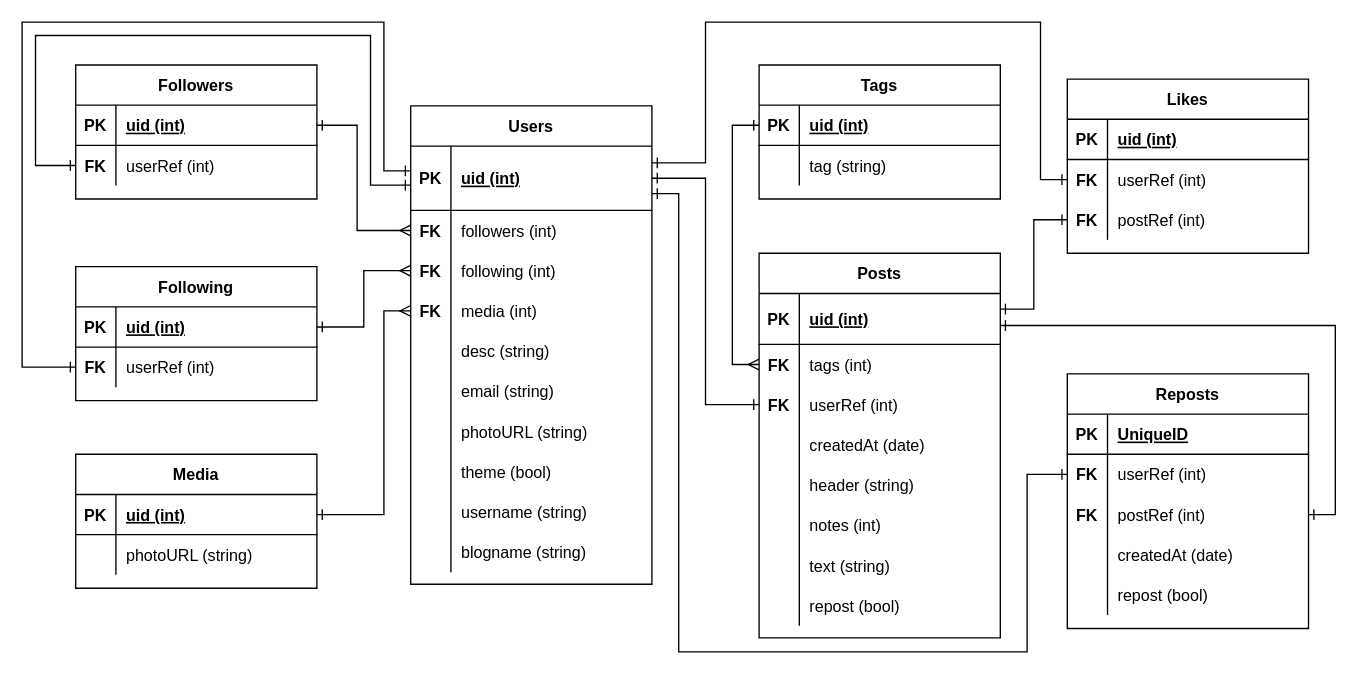
Before: relational diagram.drawio in h3rthrt/stars-microblog, a draw.io diagram. Source tidied: cells renumbered, new cells numbered last; positions are measured from the earlier drawing's top-left corner, leaving out a move shared by most shapes. Both pictures are drawn from the tidied source at 134%, with x=0, y=0 at pixel (21, 21).
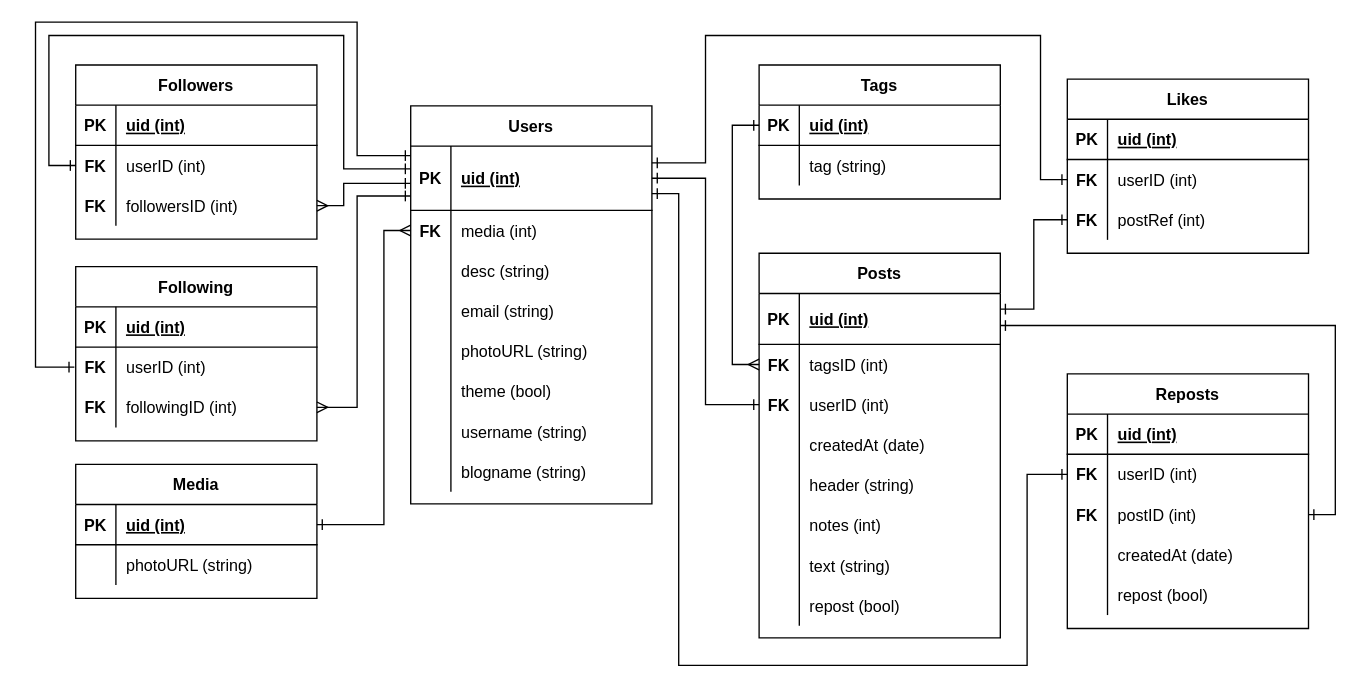
The same page after the edit.

Unchanged cells that the change refers to:
```xml
<mxCell id="3" style="shape=partialRectangle;fillColor=none;top=0;left=0;bottom=1;right=0;points=[[0,0.5],[1,0.5]];portConstraint=eastwest;" parent="2" vertex="1">
  <mxGeometry y="30" width="180" height="48" as="geometry" />
</mxCell>
<mxCell id="34" style="shape=partialRectangle;fillColor=none;top=0;left=0;bottom=1;right=0;points=[[0,0.5],[1,0.5]];portConstraint=eastwest;" parent="33" vertex="1">
  <mxGeometry y="30" width="180" height="30" as="geometry" />
</mxCell>
<mxCell id="37" style="shape=partialRectangle;fillColor=none;top=0;left=0;bottom=0;right=0;points=[[0,0.5],[1,0.5]];portConstraint=eastwest;" parent="33" vertex="1">
  <mxGeometry y="60" width="180" height="30" as="geometry" />
</mxCell>
<mxCell id="41" style="shape=partialRectangle;fillColor=none;top=0;left=0;bottom=1;right=0;points=[[0,0.5],[1,0.5]];portConstraint=eastwest;" parent="40" vertex="1">
  <mxGeometry y="30" width="180" height="30" as="geometry" />
</mxCell>
<mxCell id="44" style="shape=partialRectangle;fillColor=none;top=0;left=0;bottom=0;right=0;" parent="40" vertex="1">
  <mxGeometry y="60" width="180" height="30" as="geometry" />
</mxCell>
<mxCell id="48" style="shape=partialRectangle;fillColor=none;top=0;left=0;bottom=1;right=0;points=[[0,0.5],[1,0.5]];portConstraint=eastwest;" parent="47" vertex="1">
  <mxGeometry y="30" width="180" height="30" as="geometry" />
</mxCell>
<mxCell id="63" style="shape=partialRectangle;fillColor=none;top=0;left=0;bottom=0;right=0;points=[[0,0.5],[1,0.5]];portConstraint=eastwest;" parent="59" vertex="1">
  <mxGeometry y="68" width="180" height="30" as="geometry" />
</mxCell>
<mxCell id="66" style="shape=partialRectangle;fillColor=none;top=0;left=0;bottom=0;right=0;points=[[0,0.5],[1,0.5]];portConstraint=eastwest;" parent="59" vertex="1">
  <mxGeometry y="98" width="180" height="30" as="geometry" />
</mxCell>
<mxCell id="97" style="shape=partialRectangle;fillColor=none;top=0;left=0;bottom=0;right=0;points=[[0,0.5],[1,0.5]];portConstraint=eastwest;" parent="93" vertex="1">
  <mxGeometry y="60" width="180" height="30" as="geometry" />
</mxCell>
<mxCell id="104" style="shape=partialRectangle;fillColor=none;top=0;left=0;bottom=1;right=0;" parent="103" vertex="1">
  <mxGeometry y="30" width="180" height="30" as="geometry" />
</mxCell>
<mxCell id="107" style="shape=partialRectangle;fillColor=none;top=0;left=0;bottom=0;right=0;points=[[0,0.5],[1,0.5]];portConstraint=eastwest;" parent="103" vertex="1">
  <mxGeometry y="60" width="180" height="30" as="geometry" />
</mxCell>
<mxCell id="110" style="shape=partialRectangle;fillColor=none;top=0;left=0;bottom=0;right=0;points=[[0,0.5],[1,0.5]];portConstraint=eastwest;" parent="103" vertex="1">
  <mxGeometry y="90" width="180" height="30" as="geometry" />
</mxCell>
```

Change to the diagram source:
```diff
@@
     <mxCell id="2" value="Users" style="shape=table;startSize=30;childLayout=tableLayout;rowLines=0;fontStyle=1;align=center;" parent="1" vertex="1">
-      <mxGeometry x="290" y="62.5" width="180" height="357" as="geometry" />
+      <mxGeometry x="290" y="62.5" width="180" height="297" as="geometry" />
     </mxCell>
@@
-    <mxCell id="6" style="shape=partialRectangle;fillColor=none;top=0;left=0;bottom=0;right=0;points=[[0,0.5],[1,0.5]];portConstraint=eastwest;" parent="2" vertex="1">
-      <mxGeometry y="78" width="180" height="30" as="geometry" />
-    </mxCell>
-    <mxCell id="7" value="FK" style="shape=partialRectangle;fillColor=none;top=0;left=0;bottom=0;right=0;overflow=hidden;fontStyle=1;" parent="6" vertex="1">
-      <mxGeometry width="30" height="30" as="geometry" />
-    </mxCell>
-    <mxCell id="8" value="followers (int)" style="shape=partialRectangle;fillColor=none;top=0;left=0;bottom=0;right=0;align=left;spacingLeft=6;overflow=hidden;" parent="6" vertex="1">
-      <mxGeometry x="30" width="150" height="30" as="geometry" />
-    </mxCell>
-    <mxCell id="9" style="shape=partialRectangle;fillColor=none;top=0;left=0;bottom=0;right=0;points=[[0,0.5],[1,0.5]];portConstraint=eastwest;" parent="2" vertex="1">
-      <mxGeometry y="108" width="180" height="30" as="geometry" />
-    </mxCell>
-    <mxCell id="10" value="FK" style="shape=partialRectangle;fillColor=none;top=0;left=0;bottom=0;right=0;overflow=hidden;fontStyle=1;" parent="9" vertex="1">
-      <mxGeometry width="30" height="30" as="geometry" />
-    </mxCell>
-    <mxCell id="11" value="following (int)" style="shape=partialRectangle;fillColor=none;top=0;left=0;bottom=0;right=0;align=left;spacingLeft=6;overflow=hidden;" parent="9" vertex="1">
-      <mxGeometry x="30" width="150" height="30" as="geometry" />
-    </mxCell>
     <mxCell id="12" style="shape=partialRectangle;fillColor=none;top=0;left=0;bottom=0;right=0;points=[[0,0.5],[1,0.5]];portConstraint=eastwest;" parent="2" vertex="1">
-      <mxGeometry y="138" width="180" height="30" as="geometry" />
+      <mxGeometry y="78" width="180" height="30" as="geometry" />
     </mxCell>
@@
     <mxCell id="15" style="shape=partialRectangle;fillColor=none;top=0;left=0;bottom=0;right=0;" parent="2" vertex="1">
-      <mxGeometry y="168" width="180" height="30" as="geometry" />
+      <mxGeometry y="108" width="180" height="30" as="geometry" />
     </mxCell>
@@
     <mxCell id="18" style="shape=partialRectangle;fillColor=none;top=0;left=0;bottom=0;right=0;" parent="2" vertex="1">
-      <mxGeometry y="198" width="180" height="30" as="geometry" />
+      <mxGeometry y="138" width="180" height="30" as="geometry" />
     </mxCell>
@@
     <mxCell id="21" style="shape=partialRectangle;fillColor=none;top=0;left=0;bottom=0;right=0;" parent="2" vertex="1">
-      <mxGeometry y="228" width="180" height="30" as="geometry" />
+      <mxGeometry y="168" width="180" height="30" as="geometry" />
     </mxCell>
@@
     <mxCell id="24" style="shape=partialRectangle;fillColor=none;top=0;left=0;bottom=0;right=0;" parent="2" vertex="1">
-      <mxGeometry y="258" width="180" height="30" as="geometry" />
+      <mxGeometry y="198" width="180" height="30" as="geometry" />
     </mxCell>
@@
     <mxCell id="27" style="shape=partialRectangle;fillColor=none;top=0;left=0;bottom=0;right=0;" parent="2" vertex="1">
-      <mxGeometry y="288" width="180" height="30" as="geometry" />
+      <mxGeometry y="228" width="180" height="30" as="geometry" />
     </mxCell>
@@
     <mxCell id="30" style="shape=partialRectangle;fillColor=none;top=0;left=0;bottom=0;right=0;" parent="2" vertex="1">
-      <mxGeometry y="318" width="180" height="30" as="geometry" />
+      <mxGeometry y="258" width="180" height="30" as="geometry" />
     </mxCell>
@@
     <mxCell id="33" value="Followers" style="shape=table;startSize=30;childLayout=tableLayout;rowLines=0;fontStyle=1;align=center;rounded=0;sketch=0;" parent="1" vertex="1">
-      <mxGeometry x="40" y="32" width="180" height="100" as="geometry" />
+      <mxGeometry x="40" y="32" width="180" height="130" as="geometry" />
     </mxCell>
@@
-    <mxCell id="39" value="userRef (int)" style="shape=partialRectangle;fillColor=none;top=0;left=0;bottom=0;right=0;align=left;spacingLeft=6;overflow=hidden;" parent="37" vertex="1">
+    <mxCell id="39" value="userID (int)" style="shape=partialRectangle;fillColor=none;top=0;left=0;bottom=0;right=0;align=left;spacingLeft=6;overflow=hidden;" parent="37" vertex="1">
       <mxGeometry x="30" width="150" height="30" as="geometry" />
     </mxCell>
+    <mxCell id="123" style="shape=partialRectangle;fillColor=none;top=0;left=0;bottom=0;right=0;points=[[0,0.5],[1,0.5]];portConstraint=eastwest;" parent="33" vertex="1">
+      <mxGeometry y="90" width="180" height="30" as="geometry" />
+    </mxCell>
+    <mxCell id="124" value="FK" style="shape=partialRectangle;fillColor=none;top=0;left=0;bottom=0;right=0;overflow=hidden;fontStyle=1;" parent="123" vertex="1">
+      <mxGeometry width="30" height="30" as="geometry" />
+    </mxCell>
+    <mxCell id="125" value="followersID (int)" style="shape=partialRectangle;fillColor=none;top=0;left=0;bottom=0;right=0;align=left;spacingLeft=6;overflow=hidden;" parent="123" vertex="1">
+      <mxGeometry x="30" width="150" height="30" as="geometry" />
+    </mxCell>
     <mxCell id="40" value="Following" style="shape=table;startSize=30;childLayout=tableLayout;rowLines=0;fontStyle=1;align=center;rounded=0;sketch=0;" parent="1" vertex="1">
-      <mxGeometry x="40" y="182.5" width="180" height="100" as="geometry" />
+      <mxGeometry x="40" y="182.5" width="180" height="130" as="geometry" />
     </mxCell>
@@
-    <mxCell id="46" value="userRef (int)" style="shape=partialRectangle;fillColor=none;top=0;left=0;bottom=0;right=0;align=left;spacingLeft=6;overflow=hidden;" parent="44" vertex="1">
+    <mxCell id="46" value="userID (int)" style="shape=partialRectangle;fillColor=none;top=0;left=0;bottom=0;right=0;align=left;spacingLeft=6;overflow=hidden;" parent="44" vertex="1">
       <mxGeometry x="30" width="150" height="30" as="geometry" />
     </mxCell>
+    <mxCell id="126" style="shape=partialRectangle;fillColor=none;top=0;left=0;bottom=0;right=0;points=[[0,0.5],[1,0.5]];portConstraint=eastwest;" parent="40" vertex="1">
+      <mxGeometry y="90" width="180" height="30" as="geometry" />
+    </mxCell>
+    <mxCell id="127" value="FK" style="shape=partialRectangle;fillColor=none;top=0;left=0;bottom=0;right=0;overflow=hidden;fontStyle=1;" parent="126" vertex="1">
+      <mxGeometry width="30" height="30" as="geometry" />
+    </mxCell>
+    <mxCell id="128" value="followingID (int)" style="shape=partialRectangle;fillColor=none;top=0;left=0;bottom=0;right=0;align=left;spacingLeft=6;overflow=hidden;" parent="126" vertex="1">
+      <mxGeometry x="30" width="150" height="30" as="geometry" />
+    </mxCell>
     <mxCell id="47" value="Media" style="shape=table;startSize=30;childLayout=tableLayout;rowLines=0;fontStyle=1;align=center;rounded=0;sketch=0;" parent="1" vertex="1">
-      <mxGeometry x="40" y="322.5" width="180" height="100" as="geometry" />
+      <mxGeometry x="40" y="330" width="180" height="100" as="geometry" />
     </mxCell>
@@
-    <mxCell id="54" style="edgeStyle=orthogonalEdgeStyle;rounded=0;sketch=0;jettySize=auto;html=1;entryX=0;entryY=0.5;entryDx=0;entryDy=0;startArrow=ERone;startFill=0;endArrow=ERmany;endFill=0;" parent="1" edge="1" source="34" target="6">
-      <mxGeometry relative="1" as="geometry">
-        <Array as="points">
-          <mxPoint x="250" y="77" />
-          <mxPoint x="250" y="156" />
-          <mxPoint x="290" y="156" />
-        </Array>
-      </mxGeometry>
-    </mxCell>
-    <mxCell id="55" style="edgeStyle=orthogonalEdgeStyle;rounded=0;sketch=0;orthogonalLoop=1;jettySize=auto;html=1;startArrow=ERone;startFill=0;endArrow=ERone;endFill=0;" parent="1" edge="1">
+    <mxCell id="55" style="edgeStyle=orthogonalEdgeStyle;rounded=0;sketch=0;jettySize=auto;html=1;startArrow=ERone;startFill=0;endArrow=ERone;endFill=0;exitX=0;exitY=0.5;exitDx=0;exitDy=0;entryX=0;entryY=0.148;entryDx=0;entryDy=0;entryPerimeter=0;" parent="1" edge="1" target="3">
       <mxGeometry relative="1" as="geometry">
-        <mxPoint x="40" y="257.5" as="sourcePoint" />
-        <mxPoint x="290" y="111" as="targetPoint" />
+        <mxPoint x="39" y="257.5" as="sourcePoint" />
         <Array as="points">
-          <mxPoint y="258" />
-          <mxPoint />
-          <mxPoint x="270" />
-          <mxPoint x="270" y="111" />
+          <mxPoint x="10" y="257" />
+          <mxPoint x="10" />
+          <mxPoint x="250" />
+          <mxPoint x="250" y="100" />
         </Array>
       </mxGeometry>
     </mxCell>
-    <mxCell id="56" style="edgeStyle=orthogonalEdgeStyle;rounded=0;sketch=0;jettySize=auto;html=1;entryX=0;entryY=0.608;entryDx=0;entryDy=0;entryPerimeter=0;startArrow=ERone;startFill=0;endArrow=ERone;endFill=0;" parent="1" edge="1" source="37" target="3">
-      <mxGeometry relative="1" as="geometry">
-        <Array as="points">
-          <mxPoint x="10" y="107" />
-          <mxPoint x="10" y="10" />
-          <mxPoint x="260" y="10" />
-          <mxPoint x="260" y="122" />
-          <mxPoint x="290" y="122" />
-        </Array>
-      </mxGeometry>
-    </mxCell>
-    <mxCell id="57" style="edgeStyle=orthogonalEdgeStyle;rounded=0;sketch=0;jettySize=auto;html=1;exitX=1;exitY=0.5;exitDx=0;exitDy=0;entryX=0;entryY=0.5;entryDx=0;entryDy=0;startArrow=ERone;startFill=0;endArrow=ERmany;endFill=0;" parent="1" edge="1" source="41" target="9">
-      <mxGeometry relative="1" as="geometry" />
-    </mxCell>
-    <mxCell id="58" style="edgeStyle=orthogonalEdgeStyle;rounded=0;sketch=0;jettySize=auto;html=1;entryX=0;entryY=0.5;entryDx=0;entryDy=0;startArrow=ERone;startFill=0;endArrow=ERmany;endFill=0;" parent="1" edge="1" source="48" target="12">
+    <mxCell id="58" style="edgeStyle=orthogonalEdgeStyle;rounded=0;sketch=0;jettySize=auto;html=1;entryX=0;entryY=0.5;entryDx=0;entryDy=0;startArrow=ERone;startFill=0;endArrow=ERmany;endFill=0;exitX=1;exitY=0.5;exitDx=0;exitDy=0;" parent="1" edge="1" source="48" target="12">
       <mxGeometry relative="1" as="geometry">
         <Array as="points">
-          <mxPoint x="270" y="368" />
-          <mxPoint x="270" y="216" />
+          <mxPoint x="270" y="375" />
+          <mxPoint x="270" y="156" />
         </Array>
       </mxGeometry>
     </mxCell>
@@
-    <mxCell id="65" value="tags (int)" style="shape=partialRectangle;fillColor=none;top=0;left=0;bottom=0;right=0;align=left;spacingLeft=6;overflow=hidden;" parent="63" vertex="1">
+    <mxCell id="65" value="tagsID (int)" style="shape=partialRectangle;fillColor=none;top=0;left=0;bottom=0;right=0;align=left;spacingLeft=6;overflow=hidden;" parent="63" vertex="1">
       <mxGeometry x="30" width="150" height="30" as="geometry" />
     </mxCell>
@@
-    <mxCell id="68" value="userRef (int)" style="shape=partialRectangle;fillColor=none;top=0;left=0;bottom=0;right=0;align=left;spacingLeft=6;overflow=hidden;" parent="66" vertex="1">
+    <mxCell id="68" value="userID (int)" style="shape=partialRectangle;fillColor=none;top=0;left=0;bottom=0;right=0;align=left;spacingLeft=6;overflow=hidden;" parent="66" vertex="1">
       <mxGeometry x="30" width="150" height="30" as="geometry" />
     </mxCell>
@@
-    <mxCell id="99" value="userRef (int)" style="shape=partialRectangle;fillColor=none;top=0;left=0;bottom=0;right=0;align=left;spacingLeft=6;overflow=hidden;" parent="97" vertex="1">
+    <mxCell id="99" value="userID (int)" style="shape=partialRectangle;fillColor=none;top=0;left=0;bottom=0;right=0;align=left;spacingLeft=6;overflow=hidden;" parent="97" vertex="1">
       <mxGeometry x="30" width="150" height="30" as="geometry" />
     </mxCell>
@@
-    <mxCell id="106" value="UniqueID" style="shape=partialRectangle;fillColor=none;top=0;left=0;bottom=0;right=0;align=left;spacingLeft=6;fontStyle=5;overflow=hidden;" parent="104" vertex="1">
+    <mxCell id="106" value="uid (int)" style="shape=partialRectangle;fillColor=none;top=0;left=0;bottom=0;right=0;align=left;spacingLeft=6;fontStyle=5;overflow=hidden;" parent="104" vertex="1">
       <mxGeometry x="30" width="150" height="30" as="geometry" />
     </mxCell>
@@
-    <mxCell id="109" value="userRef (int)" style="shape=partialRectangle;fillColor=none;top=0;left=0;bottom=0;right=0;align=left;spacingLeft=6;overflow=hidden;" parent="107" vertex="1">
+    <mxCell id="109" value="userID (int)" style="shape=partialRectangle;fillColor=none;top=0;left=0;bottom=0;right=0;align=left;spacingLeft=6;overflow=hidden;" parent="107" vertex="1">
       <mxGeometry x="30" width="150" height="30" as="geometry" />
     </mxCell>
@@
-    <mxCell id="112" value="postRef (int)" style="shape=partialRectangle;fillColor=none;top=0;left=0;bottom=0;right=0;align=left;spacingLeft=6;overflow=hidden;" parent="110" vertex="1">
+    <mxCell id="112" value="postID (int)" style="shape=partialRectangle;fillColor=none;top=0;left=0;bottom=0;right=0;align=left;spacingLeft=6;overflow=hidden;" parent="110" vertex="1">
       <mxGeometry x="30" width="150" height="30" as="geometry" />
     </mxCell>
@@
     <mxCell id="119" style="edgeStyle=orthogonalEdgeStyle;rounded=0;sketch=0;jettySize=auto;html=1;startArrow=ERone;startFill=0;endArrow=ERone;endFill=0;exitX=0;exitY=0.5;exitDx=0;exitDy=0;" parent="1" edge="1" source="97" target="3">
       <mxGeometry relative="1" as="geometry">
         <Array as="points">
           <mxPoint x="760" y="118" />
-          <mxPoint x="760" />
-          <mxPoint x="510" />
+          <mxPoint x="760" y="10" />
+          <mxPoint x="510" y="10" />
           <mxPoint x="510" y="105" />
         </Array>
       </mxGeometry>
     </mxCell>
@@
     <mxCell id="121" style="edgeStyle=orthogonalEdgeStyle;rounded=0;sketch=0;jettySize=auto;html=1;startArrow=ERone;startFill=0;endArrow=ERone;endFill=0;exitX=0;exitY=0.5;exitDx=0;exitDy=0;" parent="1" edge="1" source="107">
       <mxGeometry relative="1" as="geometry">
         <mxPoint x="470" y="128" as="targetPoint" />
         <Array as="points">
           <mxPoint x="750" y="338" />
-          <mxPoint x="750" y="470" />
-          <mxPoint x="490" y="470" />
+          <mxPoint x="750" y="480" />
+          <mxPoint x="490" y="480" />
           <mxPoint x="490" y="128" />
         </Array>
       </mxGeometry>
     </mxCell>
@@
+    <mxCell id="129" style="edgeStyle=orthogonalEdgeStyle;rounded=0;sketch=0;jettySize=auto;html=1;entryX=0;entryY=0.58;entryDx=0;entryDy=0;startArrow=ERmany;startFill=0;endArrow=ERone;endFill=0;entryPerimeter=0;" parent="1" edge="1" source="123" target="3">
+      <mxGeometry relative="1" as="geometry">
+        <Array as="points">
+          <mxPoint x="240" y="137" />
+          <mxPoint x="240" y="120" />
+          <mxPoint x="290" y="120" />
+        </Array>
+      </mxGeometry>
+    </mxCell>
+    <mxCell id="130" style="edgeStyle=orthogonalEdgeStyle;rounded=0;sketch=0;jettySize=auto;html=1;entryX=0;entryY=0.776;entryDx=0;entryDy=0;entryPerimeter=0;startArrow=ERmany;startFill=0;endArrow=ERone;endFill=0;" parent="1" edge="1" source="126" target="3">
+      <mxGeometry relative="1" as="geometry">
+        <Array as="points">
+          <mxPoint x="250" y="288" />
+          <mxPoint x="250" y="130" />
+        </Array>
+      </mxGeometry>
+    </mxCell>
+    <mxCell id="56" style="edgeStyle=orthogonalEdgeStyle;rounded=0;sketch=0;jettySize=auto;html=1;entryX=0;entryY=0.354;entryDx=0;entryDy=0;entryPerimeter=0;startArrow=ERone;startFill=0;endArrow=ERone;endFill=0;" parent="1" edge="1" source="37" target="3">
+      <mxGeometry relative="1" as="geometry">
+        <Array as="points">
+          <mxPoint x="20" y="107" />
+          <mxPoint x="20" y="10" />
+          <mxPoint x="240" y="10" />
+          <mxPoint x="240" y="110" />
+        </Array>
+      </mxGeometry>
+    </mxCell>
```
